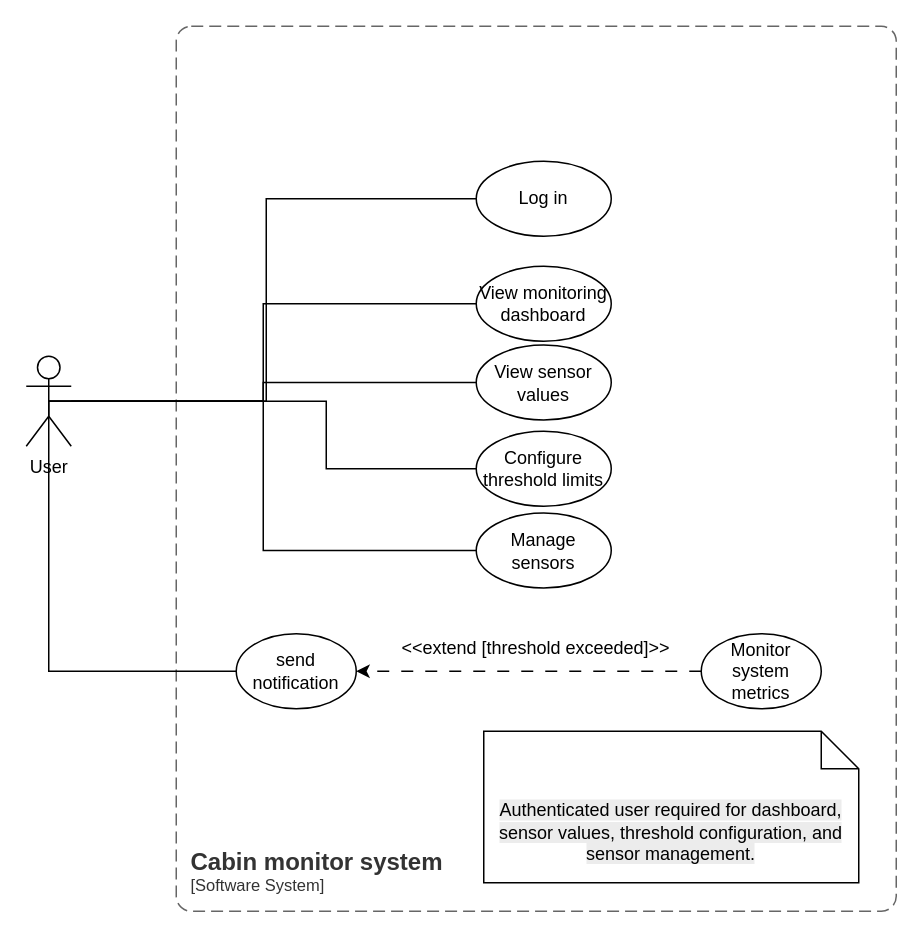
The draw.io diagram project/diagrams/input/usecase.drawio in Sergiu-Sturza/Assignment-1-Model-first-AI-second, before the edit. Source tidied: cells renumbered, new cells numbered last; positions are measured from the earlier drawing's top-left corner, leaving out a move shared by most shapes. Both pictures are drawn from the tidied source at 150%, with x=0, y=0 at pixel (26, 26).
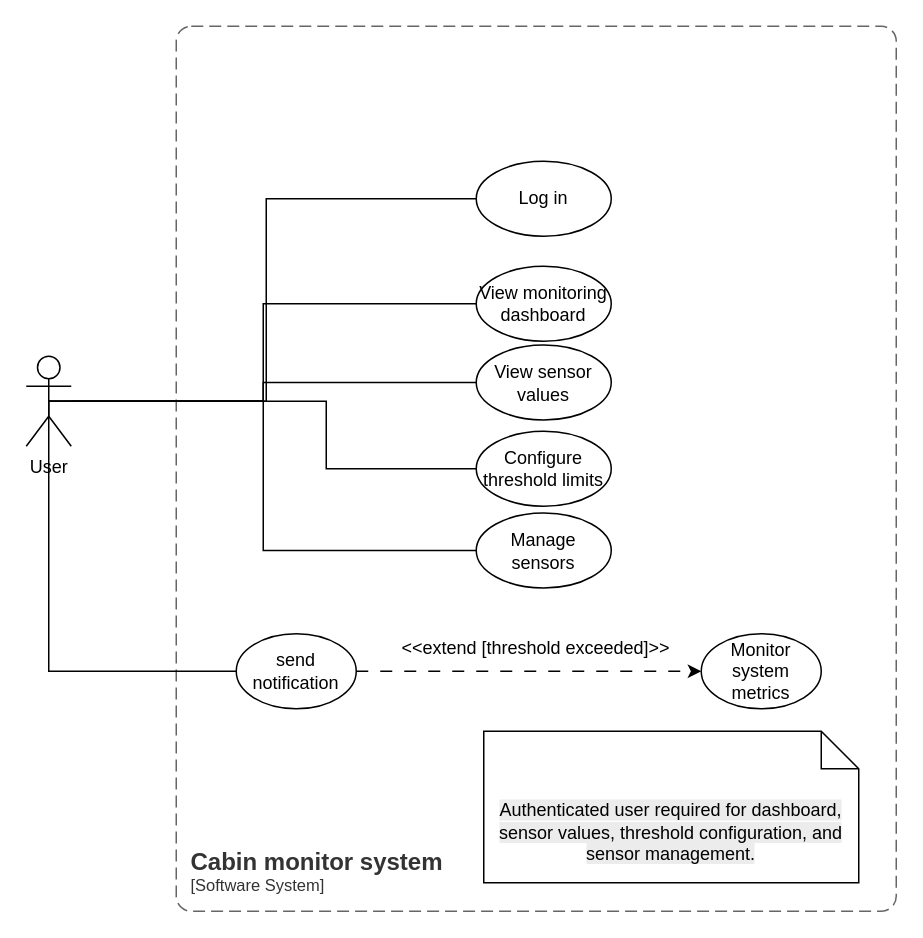
The same diagram, later.

Unchanged cells that the change refers to:
```xml
<mxCell id="10" value="Monitor system metrics" style="ellipse;whiteSpace=wrap;html=1;" parent="1" vertex="1">
  <mxGeometry x="450" y="405" width="80" height="50" as="geometry" />
</mxCell>
<mxCell id="11" value="send notification" style="ellipse;whiteSpace=wrap;html=1;" parent="1" vertex="1">
  <mxGeometry x="140" y="405" width="80" height="50" as="geometry" />
</mxCell>
```

Change to the diagram source:
```diff
@@
-    <mxCell id="9" style="edgeStyle=none;html=1;dashed=1;dashPattern=8 8;" parent="1" edge="1" source="10" target="11">
-      <mxGeometry relative="1" as="geometry" />
-    </mxCell>
@@
+    <mxCell id="20" style="edgeStyle=none;html=1;exitX=1;exitY=0.5;exitDx=0;exitDy=0;entryX=0;entryY=0.5;entryDx=0;entryDy=0;dashed=1;dashPattern=8 8;" parent="1" edge="1" source="11" target="10">
+      <mxGeometry relative="1" as="geometry" />
+    </mxCell>
```
